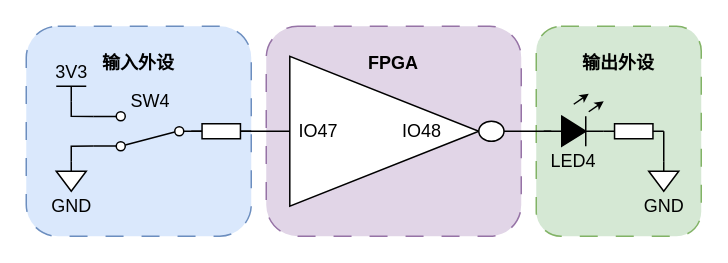
The draw.io diagram page "非门_实际" (6 of 12) of 多功能数字钟_实验指导书.drawio in zeandon/draw.io, before the edit. Source tidied: cells renumbered, new cells numbered last; positions are measured from the earlier drawing's top-left corner, leaving out a move shared by most shapes. Both pictures are drawn from the tidied source at 150%, with x=0, y=0 at pixel (26, 26). Pictures stored in the file or linked from it are replaced by grey dashed boxes.
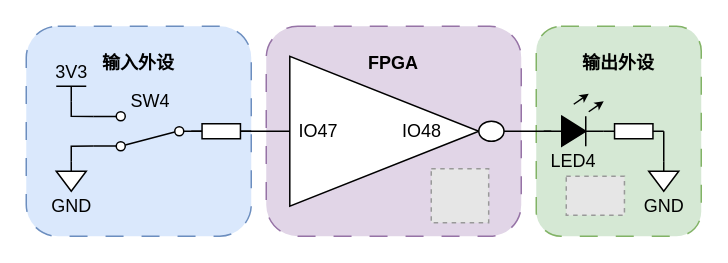
The same diagram, later.

What changed in the source:
```diff
@@
+    <mxCell id="26" style="fillColor=#E6E6E6;strokeColor=#999999;dashed=1;verticalLabelPosition=bottom;labelBackgroundColor=default;verticalAlign=top;" parent="1" vertex="1">
+      <mxGeometry x="360" y="100" width="38.8" height="26" as="geometry" />
+    </mxCell>
+    <mxCell id="27" style="fillColor=#E6E6E6;strokeColor=#999999;dashed=1;verticalLabelPosition=bottom;labelBackgroundColor=default;verticalAlign=top;" parent="1" vertex="1">
+      <mxGeometry x="270" y="95" width="38.3" height="36" as="geometry" />
+    </mxCell>
```
